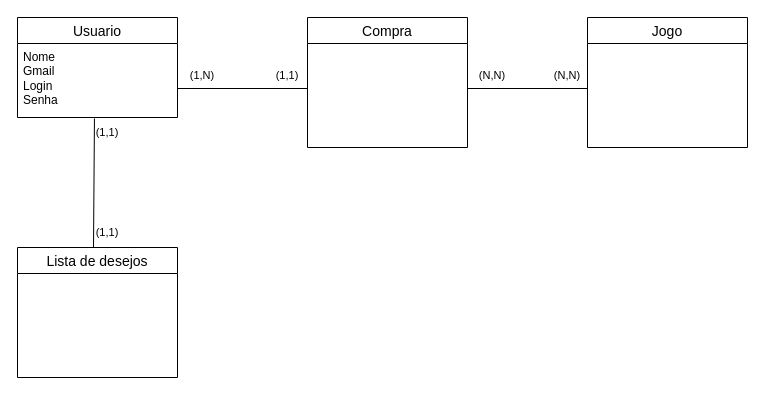
Above: Diagrama de Relacionamento.drawio in JudilenaGalvao/API_Lojas_de_Jogos_Back (draw.io), before the change. Source tidied: cells renumbered, new cells numbered last; positions are measured from the earlier drawing's top-left corner, leaving out a move shared by most shapes. Both pictures are drawn from the tidied source at 100%, with x=0, y=0 at pixel (17, 17).
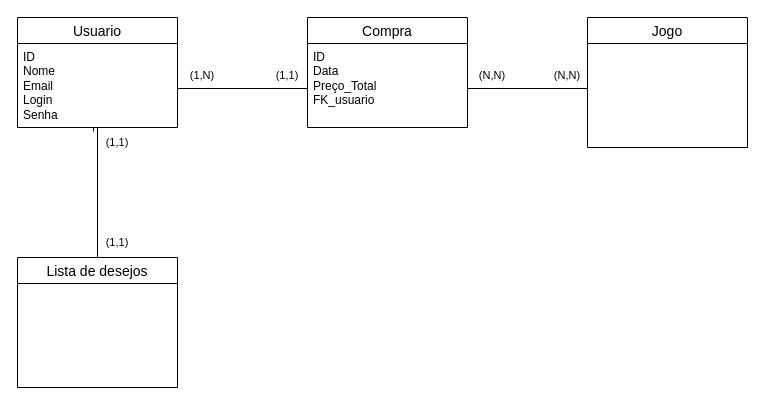
After the change.

Diff of the diagram source:
```diff
@@
     <mxCell id="3" value="Compra" style="swimlane;fontStyle=0;horizontal=1;startSize=26;align=center;fontSize=14;" parent="1" vertex="1">
-      <mxGeometry x="290" width="160" height="130" as="geometry" />
+      <mxGeometry x="290" width="160" height="110" as="geometry" />
     </mxCell>
+    <mxCell id="16" value="ID&lt;br&gt;Data&lt;br&gt;Preço_Total&lt;br&gt;FK_usuario&lt;br&gt;&lt;br&gt;" style="text;strokeColor=none;fillColor=none;spacingLeft=4;spacingRight=4;overflow=hidden;fontSize=12;whiteSpace=wrap;html=1;" parent="3" vertex="1">
+      <mxGeometry y="26" width="160" height="84" as="geometry" />
+    </mxCell>
     <mxCell id="4" value="Usuario" style="swimlane;fontStyle=0;horizontal=1;startSize=26;align=center;fontSize=14;" parent="1" vertex="1">
-      <mxGeometry width="160" height="100" as="geometry" />
+      <mxGeometry width="160" height="110" as="geometry" />
     </mxCell>
-    <mxCell id="5" value="Nome&lt;br&gt;Gmail&lt;br&gt;Login&lt;br&gt;Senha" style="text;strokeColor=none;fillColor=none;spacingLeft=4;spacingRight=4;overflow=hidden;points=[[0,0.5],[1,0.5]];portConstraint=eastwest;fontSize=12;whiteSpace=wrap;html=1;" parent="4" vertex="1">
-      <mxGeometry y="26" width="160" height="74" as="geometry" />
+    <mxCell id="5" value="ID&lt;br&gt;Nome&lt;br&gt;Email&lt;br&gt;Login&lt;br&gt;Senha" style="text;strokeColor=none;fillColor=none;spacingLeft=4;spacingRight=4;overflow=hidden;points=[[0,0.5],[1,0.5]];portConstraint=eastwest;fontSize=12;whiteSpace=wrap;html=1;" parent="4" vertex="1">
+      <mxGeometry y="26" width="160" height="84" as="geometry" />
     </mxCell>
-    <mxCell id="6" style="edgeStyle=orthogonalEdgeStyle;shape=connector;rounded=0;jettySize=auto;html=1;exitX=0.5;exitY=0;exitDx=0;exitDy=0;labelBackgroundColor=default;strokeColor=default;fontFamily=Helvetica;fontSize=11;fontColor=default;endArrow=none;endFill=0;entryX=0.481;entryY=1.014;entryDx=0;entryDy=0;entryPerimeter=0;" parent="1" edge="1" source="7" target="5">
+    <mxCell id="6" style="edgeStyle=orthogonalEdgeStyle;shape=connector;rounded=0;jettySize=auto;html=1;exitX=0.5;exitY=0;exitDx=0;exitDy=0;entryX=0.475;entryY=1.048;entryDx=0;entryDy=0;entryPerimeter=0;labelBackgroundColor=default;strokeColor=default;fontFamily=Helvetica;fontSize=11;fontColor=default;endArrow=none;endFill=0;" parent="1" edge="1" source="7" target="5">
       <mxGeometry relative="1" as="geometry">
         <Array as="points">
-          <mxPoint x="76" y="230" />
+          <mxPoint x="80" y="110" />
+          <mxPoint x="76" y="110" />
         </Array>
       </mxGeometry>
     </mxCell>
     <mxCell id="7" value="Lista de desejos" style="swimlane;fontStyle=0;horizontal=1;startSize=26;align=center;fontSize=14;" parent="1" vertex="1">
-      <mxGeometry y="230" width="160" height="130" as="geometry" />
+      <mxGeometry y="240" width="160" height="130" as="geometry" />
     </mxCell>
@@
     <mxCell id="14" value="(1,1)" style="text;html=1;strokeColor=none;fillColor=none;align=center;verticalAlign=middle;whiteSpace=wrap;rounded=0;fontSize=11;fontFamily=Helvetica;fontColor=default;" parent="1" vertex="1">
-      <mxGeometry x="60" y="200" width="60" height="30" as="geometry" />
+      <mxGeometry x="70" y="210" width="60" height="30" as="geometry" />
     </mxCell>
     <mxCell id="15" value="(1,1)" style="text;html=1;strokeColor=none;fillColor=none;align=center;verticalAlign=middle;whiteSpace=wrap;rounded=0;fontSize=11;fontFamily=Helvetica;fontColor=default;" parent="1" vertex="1">
-      <mxGeometry x="60" y="100" width="60" height="30" as="geometry" />
+      <mxGeometry x="70" y="110" width="60" height="30" as="geometry" />
     </mxCell>
```
